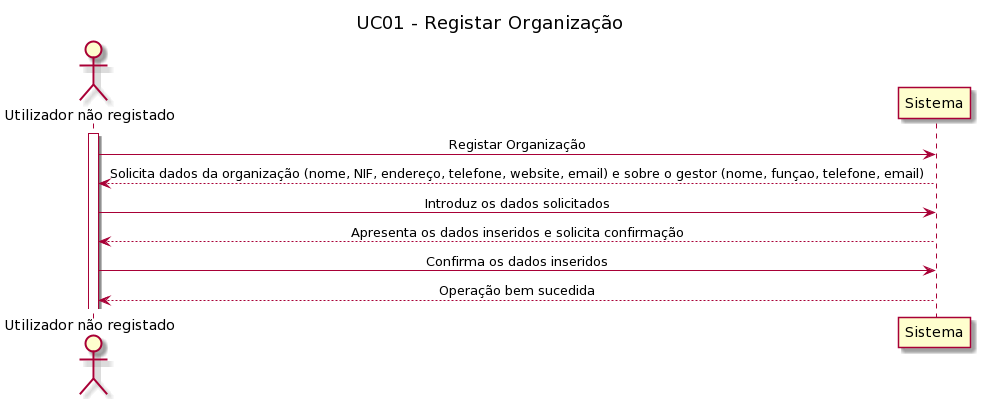
Earlier version of the PlantUML export Sprint 2/UC01_Registar_Organizacao/UC01_Registar_Organizacao_SSD.png (blestonbandeiraUPSKILL/upskill_java1_labprg_grupo2). Source of this version:
```plantuml
@startuml
title UC01 - Registar Organização

actor "Utilizador não registado"
activate "Utilizador não registado"

skinparam sequenceMessageAlign center
"Utilizador não registado" -> Sistema: Registar Organização
Sistema --> "Utilizador não registado": Solicita dados da organização (nome, NIF, endereço, telefone, website, email) e sobre o gestor (nome, funçao, telefone, email)

"Utilizador não registado" -> Sistema: Introduz os dados solicitados
"Utilizador não registado" <-- Sistema: Apresenta os dados inseridos e solicita confirmação

"Utilizador não registado" -> Sistema: Confirma os dados inseridos
"Utilizador não registado" <-- Sistema: Operação bem sucedida
@enduml
```
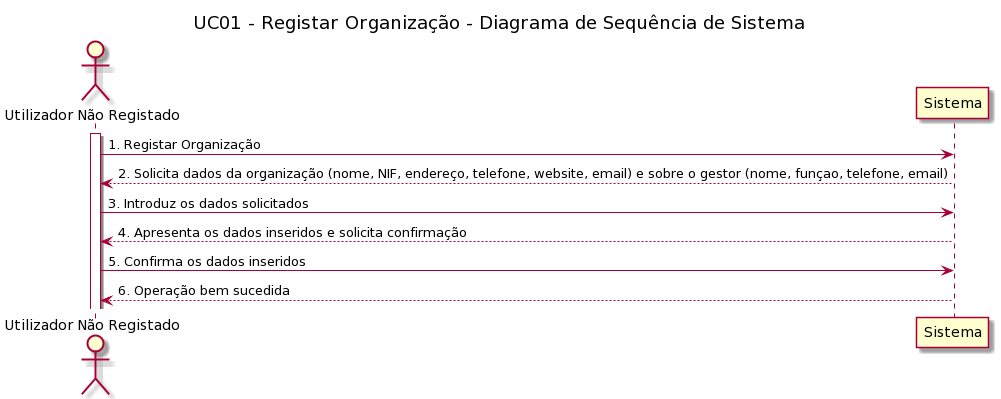
The same diagram one commit later.

What changed in the source:
```diff
@@ -1,16 +1,16 @@
 @startuml
-title UC01 - Registar Organização
+title UC01 - Registar Organização - Diagrama de Sequência de Sistema
 
-actor "Utilizador não registado"
-activate "Utilizador não registado"
+actor "Utilizador Não Registado"
+activate "Utilizador Não Registado"
 
-skinparam sequenceMessageAlign center
-"Utilizador não registado" -> Sistema: Registar Organização
-Sistema --> "Utilizador não registado": Solicita dados da organização (nome, NIF, endereço, telefone, website, email) e sobre o gestor (nome, funçao, telefone, email)
+skinparam sequenceMessageAlign left
+"Utilizador Não Registado" -> Sistema: 1. Registar Organização
+Sistema --> "Utilizador Não Registado": 2. Solicita dados da organização (nome, NIF, endereço, telefone, website, email) e sobre o gestor (nome, funçao, telefone, email)
 
-"Utilizador não registado" -> Sistema: Introduz os dados solicitados
-"Utilizador não registado" <-- Sistema: Apresenta os dados inseridos e solicita confirmação
+"Utilizador Não Registado" -> Sistema: 3. Introduz os dados solicitados
+"Utilizador Não Registado" <-- Sistema: 4. Apresenta os dados inseridos e solicita confirmação
 
-"Utilizador não registado" -> Sistema: Confirma os dados inseridos
-"Utilizador não registado" <-- Sistema: Operação bem sucedida
+"Utilizador Não Registado" -> Sistema: 5. Confirma os dados inseridos
+"Utilizador Não Registado" <-- Sistema: 6. Operação bem sucedida
 @enduml
```
